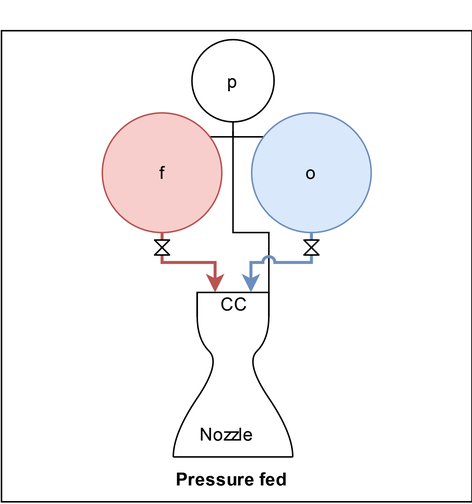
casruks/CDP-LRE-Integrated-Design-Model keeps this draw.io diagram as images/PF.png. Above is the earlier version. Source tidied: cells renumbered, new cells last; positions are measured from the earlier drawing's top-left corner, leaving out a move shared by most shapes.
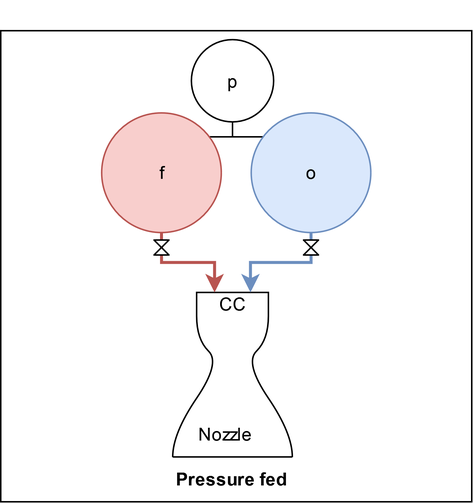
The same file after the commit.

Change to the diagram source:
```diff
@@ -2,85 +2,85 @@
   <root>
     <mxCell id="0" />
     <mxCell id="1" parent="0" />
-    <mxCell id="2" style="group;" parent="1" vertex="1">
-      <mxGeometry x="68" width="247.5" height="335" as="geometry" />
-    </mxCell>
+    <mxCell id="24" style="group;" parent="1" vertex="1">
+      <mxGeometry x="1575.5" y="-45" width="247.5" height="335" as="geometry" />
+    </mxCell>
-    <mxCell id="3" style="whiteSpace=wrap;html=1;" parent="2" vertex="1">
+    <mxCell id="3" style="whiteSpace=wrap;html=1;" parent="24" vertex="1">
       <mxGeometry x="-67.5" y="20" width="315" height="315" as="geometry" />
     </mxCell>
-    <mxCell id="4" style="edgeStyle=orthogonalEdgeStyle;rounded=0;orthogonalLoop=1;jettySize=auto;html=1;entryX=0.5;entryY=0;entryDx=0;entryDy=0;endArrow=none;endFill=0;exitX=0.5;exitY=1;exitDx=0;exitDy=0;" parent="2" edge="1">
-      <mxGeometry relative="1" as="geometry">
-        <mxPoint x="87.5" y="87" as="sourcePoint" />
-        <mxPoint x="40" y="81" as="targetPoint" />
-        <Array as="points">
-          <mxPoint x="88" y="91" />
-          <mxPoint x="40" y="91" />
-        </Array>
-      </mxGeometry>
-    </mxCell>
-    <mxCell id="5" style="edgeStyle=orthogonalEdgeStyle;rounded=0;orthogonalLoop=1;jettySize=auto;html=1;entryX=0.5;entryY=0;entryDx=0;entryDy=0;endArrow=none;endFill=0;exitX=0.5;exitY=1;exitDx=0;exitDy=0;" parent="2" edge="1">
-      <mxGeometry relative="1" as="geometry">
-        <mxPoint x="87.5" y="87" as="sourcePoint" />
-        <mxPoint x="140" y="81" as="targetPoint" />
-        <Array as="points">
-          <mxPoint x="88" y="91" />
-          <mxPoint x="140" y="91" />
-        </Array>
-      </mxGeometry>
-    </mxCell>
+    <mxCell id="25" style="edgeStyle=orthogonalEdgeStyle;rounded=0;orthogonalLoop=1;jettySize=auto;html=1;entryX=0.5;entryY=0;entryDx=0;entryDy=0;endArrow=none;endFill=0;exitX=0.5;exitY=1;exitDx=0;exitDy=0;" parent="24" edge="1">
+      <mxGeometry relative="1" as="geometry">
+        <mxPoint x="87.5" y="87" as="sourcePoint" />
+        <mxPoint x="40" y="81" as="targetPoint" />
+        <Array as="points">
+          <mxPoint x="88" y="91" />
+          <mxPoint x="40" y="91" />
+        </Array>
+      </mxGeometry>
+    </mxCell>
+    <mxCell id="26" style="edgeStyle=orthogonalEdgeStyle;rounded=0;orthogonalLoop=1;jettySize=auto;html=1;entryX=0.5;entryY=0;entryDx=0;entryDy=0;endArrow=none;endFill=0;exitX=0.5;exitY=1;exitDx=0;exitDy=0;" parent="24" edge="1">
+      <mxGeometry relative="1" as="geometry">
+        <mxPoint x="87.5" y="87" as="sourcePoint" />
+        <mxPoint x="140" y="81" as="targetPoint" />
+        <Array as="points">
+          <mxPoint x="88" y="91" />
+          <mxPoint x="140" y="91" />
+        </Array>
+      </mxGeometry>
+    </mxCell>
-    <mxCell id="6" style="group;fillColor=none;strokeWidth=2;" parent="2" vertex="1">
+    <mxCell id="6" style="group;fillColor=none;strokeWidth=2;" parent="24" vertex="1">
       <mxGeometry x="47.5" y="195" width="80" height="110" as="geometry" />
     </mxCell>
     <mxCell id="7" style="shape=partialRectangle;whiteSpace=wrap;html=1;bottom=1;right=1;left=1;top=0;routingCenterX=-0.5;rotation=-180;" parent="6" vertex="1">
       <mxGeometry x="16" width="48" height="15.7" as="geometry" />
     </mxCell>
-    <mxCell id="8" style="curved=1;endArrow=none;html=1;rounded=0;endFill=0;startArrow=none;startFill=0;" parent="6" edge="1">
-      <mxGeometry relative="1" as="geometry">
-        <mxPoint y="110" as="sourcePoint" />
-        <mxPoint x="16" y="15.7" as="targetPoint" />
-        <Array as="points">
-          <mxPoint y="94.3" />
-          <mxPoint x="32" y="47.1" />
-          <mxPoint x="16" y="31.4" />
-        </Array>
-      </mxGeometry>
-    </mxCell>
-    <mxCell id="9" style="curved=1;endArrow=none;html=1;rounded=0;endFill=0;startArrow=none;startFill=0;" parent="6" edge="1">
-      <mxGeometry relative="1" as="geometry">
-        <mxPoint x="80" y="110" as="sourcePoint" />
-        <mxPoint x="64" y="15.7" as="targetPoint" />
-        <Array as="points">
-          <mxPoint x="80" y="94.3" />
-          <mxPoint x="48" y="47.1" />
-          <mxPoint x="64" y="31.4" />
-        </Array>
-      </mxGeometry>
-    </mxCell>
-    <mxCell id="10" style="endArrow=none;html=1;rounded=0;" parent="6" edge="1">
-      <mxGeometry relative="1" as="geometry">
-        <mxPoint x="16" as="sourcePoint" />
-        <mxPoint x="16" y="15.7" as="targetPoint" />
-      </mxGeometry>
-    </mxCell>
-    <mxCell id="11" style="endArrow=none;html=1;rounded=0;" parent="6" edge="1">
-      <mxGeometry relative="1" as="geometry">
-        <mxPoint x="64" y="15.7" as="sourcePoint" />
-        <mxPoint x="64" as="targetPoint" />
-      </mxGeometry>
-    </mxCell>
-    <mxCell id="12" style="endArrow=none;html=1;rounded=0;startArrow=none;startFill=0;endFill=0;" parent="6" edge="1">
-      <mxGeometry relative="1" as="geometry">
-        <mxPoint y="110" as="sourcePoint" />
-        <mxPoint x="80" y="110" as="targetPoint" />
-      </mxGeometry>
-    </mxCell>
+    <mxCell id="27" style="curved=1;endArrow=none;html=1;rounded=0;endFill=0;startArrow=none;startFill=0;" parent="6" edge="1">
+      <mxGeometry relative="1" as="geometry">
+        <mxPoint y="110" as="sourcePoint" />
+        <mxPoint x="16" y="15.7" as="targetPoint" />
+        <Array as="points">
+          <mxPoint y="94.3" />
+          <mxPoint x="32" y="47.1" />
+          <mxPoint x="16" y="31.4" />
+        </Array>
+      </mxGeometry>
+    </mxCell>
+    <mxCell id="28" style="curved=1;endArrow=none;html=1;rounded=0;endFill=0;startArrow=none;startFill=0;" parent="6" edge="1">
+      <mxGeometry relative="1" as="geometry">
+        <mxPoint x="80" y="110" as="sourcePoint" />
+        <mxPoint x="64" y="15.7" as="targetPoint" />
+        <Array as="points">
+          <mxPoint x="80" y="94.3" />
+          <mxPoint x="48" y="47.1" />
+          <mxPoint x="64" y="31.4" />
+        </Array>
+      </mxGeometry>
+    </mxCell>
+    <mxCell id="29" style="endArrow=none;html=1;rounded=0;" parent="6" edge="1">
+      <mxGeometry relative="1" as="geometry">
+        <mxPoint x="16" as="sourcePoint" />
+        <mxPoint x="16" y="15.7" as="targetPoint" />
+      </mxGeometry>
+    </mxCell>
+    <mxCell id="30" style="endArrow=none;html=1;rounded=0;" parent="6" edge="1">
+      <mxGeometry relative="1" as="geometry">
+        <mxPoint x="64" y="15.7" as="sourcePoint" />
+        <mxPoint x="64" as="targetPoint" />
+      </mxGeometry>
+    </mxCell>
+    <mxCell id="31" style="endArrow=none;html=1;rounded=0;startArrow=none;startFill=0;endFill=0;" parent="6" edge="1">
+      <mxGeometry relative="1" as="geometry">
+        <mxPoint y="110" as="sourcePoint" />
+        <mxPoint x="80" y="110" as="targetPoint" />
+      </mxGeometry>
+    </mxCell>
     <mxCell id="13" value="Nozzle" style="text;html=1;align=center;verticalAlign=middle;strokeColor=none;fillColor=none;" parent="6" vertex="1">
       <mxGeometry x="5" y="80" width="60" height="30" as="geometry" />
     </mxCell>
     <mxCell id="14" value="CC" style="text;html=1;align=center;verticalAlign=middle;strokeColor=none;fillColor=none;" parent="6" vertex="1">
       <mxGeometry x="20" y="-7.1" width="40" height="30" as="geometry" />
     </mxCell>
-    <mxCell id="15" style="edgeStyle=orthogonalEdgeStyle;rounded=0;jettySize=auto;html=1;entryX=0.75;entryY=1;entryDx=0;entryDy=0;fillColor=#f8cecc;strokeColor=#b85450;jumpStyle=arc;exitX=0.5;exitY=1;exitDx=0;exitDy=0;strokeWidth=2;" parent="2" edge="1" source="19" target="7">
+    <mxCell id="15" style="edgeStyle=orthogonalEdgeStyle;rounded=0;jettySize=auto;html=1;entryX=0.75;entryY=1;entryDx=0;entryDy=0;fillColor=#f8cecc;strokeColor=#b85450;jumpStyle=arc;exitX=0.5;exitY=1;exitDx=0;exitDy=0;strokeWidth=2;" parent="24" edge="1" source="19" target="7">
       <mxGeometry relative="1" as="geometry">
         <Array as="points">
           <mxPoint x="40" y="175" />
@@ -88,30 +88,31 @@
         </Array>
       </mxGeometry>
     </mxCell>
-    <mxCell id="16" value="Pressure fed" style="text;html=1;strokeColor=none;fillColor=none;align=center;verticalAlign=middle;whiteSpace=wrap;rounded=0;fontStyle=1;" parent="2" vertex="1">
+    <mxCell id="16" value="Pressure fed" style="text;html=1;strokeColor=none;fillColor=none;align=center;verticalAlign=middle;whiteSpace=wrap;rounded=0;fontStyle=1;" parent="24" vertex="1">
       <mxGeometry x="29" y="305" width="115" height="30" as="geometry" />
     </mxCell>
-    <mxCell id="17" style="verticalLabelPosition=bottom;align=center;html=1;verticalAlign=top;dashed=0;shape=mxgraph.pid2valves.valve;valveType=gate;rotation=-90;" parent="2" vertex="1">
+    <mxCell id="17" style="verticalLabelPosition=bottom;align=center;html=1;verticalAlign=top;dashed=0;shape=mxgraph.pid2valves.valve;valveType=gate;rotation=-90;" parent="24" vertex="1">
       <mxGeometry x="35" y="160" width="10" height="10" as="geometry" />
     </mxCell>
+    <mxCell id="32" style="edgeStyle=orthogonalEdgeStyle;rounded=0;jettySize=auto;html=1;endArrow=none;endFill=0;" parent="24" edge="1" source="18">
+      <mxGeometry relative="1" as="geometry">
+        <mxPoint x="87.5" y="90" as="targetPoint" />
+        <Array as="points">
+          <mxPoint x="88" y="90" />
+          <mxPoint x="88" y="90" />
+        </Array>
+      </mxGeometry>
+    </mxCell>
-    <mxCell id="18" value="p" style="ellipse;whiteSpace=wrap;html=1;" parent="2" vertex="1">
+    <mxCell id="18" value="p" style="ellipse;whiteSpace=wrap;html=1;" parent="24" vertex="1">
       <mxGeometry x="60" y="26" width="55" height="55" as="geometry" />
     </mxCell>
-    <mxCell id="19" value="f" style="ellipse;whiteSpace=wrap;html=1;fillColor=#f8cecc;strokeColor=#b85450;" parent="2" vertex="1">
+    <mxCell id="19" value="f" style="ellipse;whiteSpace=wrap;html=1;fillColor=#f8cecc;strokeColor=#b85450;" parent="24" vertex="1">
       <mxGeometry y="75" width="80" height="80" as="geometry" />
     </mxCell>
-    <mxCell id="20" value="o" style="ellipse;whiteSpace=wrap;html=1;fillColor=#dae8fc;strokeColor=#6c8ebf;" parent="2" vertex="1">
+    <mxCell id="20" value="o" style="ellipse;whiteSpace=wrap;html=1;fillColor=#dae8fc;strokeColor=#6c8ebf;" parent="24" vertex="1">
       <mxGeometry x="100" y="75" width="80" height="80" as="geometry" />
     </mxCell>
-    <mxCell id="21" style="edgeStyle=orthogonalEdgeStyle;rounded=0;jettySize=auto;html=1;exitX=0;exitY=1;exitDx=0;exitDy=0;entryX=0.5;entryY=1;entryDx=0;entryDy=0;endArrow=none;endFill=0;" parent="2" edge="1" source="7" target="18">
-      <mxGeometry relative="1" as="geometry">
-        <Array as="points">
-          <mxPoint x="112" y="155" />
-          <mxPoint x="88" y="155" />
-        </Array>
-      </mxGeometry>
-    </mxCell>
-    <mxCell id="22" style="edgeStyle=orthogonalEdgeStyle;rounded=0;jettySize=auto;html=1;fillColor=#dae8fc;strokeColor=#6c8ebf;jumpStyle=arc;exitX=0.5;exitY=1;exitDx=0;exitDy=0;strokeWidth=2;entryX=0.25;entryY=1;entryDx=0;entryDy=0;" parent="2" edge="1" source="20" target="7">
+    <mxCell id="22" style="edgeStyle=orthogonalEdgeStyle;rounded=0;jettySize=auto;html=1;fillColor=#dae8fc;strokeColor=#6c8ebf;jumpStyle=arc;exitX=0.5;exitY=1;exitDx=0;exitDy=0;strokeWidth=2;entryX=0.25;entryY=1;entryDx=0;entryDy=0;" parent="24" edge="1" source="20" target="7">
       <mxGeometry relative="1" as="geometry">
         <Array as="points">
           <mxPoint x="140" y="175" />
@@ -119,7 +120,7 @@
         </Array>
       </mxGeometry>
     </mxCell>
-    <mxCell id="23" style="verticalLabelPosition=bottom;align=center;html=1;verticalAlign=top;dashed=0;shape=mxgraph.pid2valves.valve;valveType=gate;rotation=-90;" parent="2" vertex="1">
+    <mxCell id="23" style="verticalLabelPosition=bottom;align=center;html=1;verticalAlign=top;dashed=0;shape=mxgraph.pid2valves.valve;valveType=gate;rotation=-90;" parent="24" vertex="1">
       <mxGeometry x="135" y="160" width="10" height="10" as="geometry" />
     </mxCell>
   </root>
```
